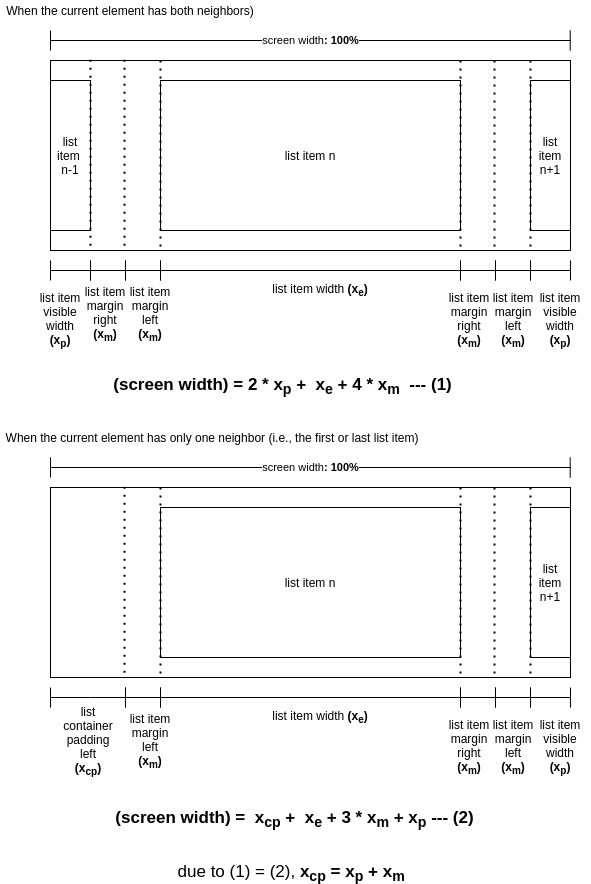
stsiwo/stsDev-article-horizontal-scroll-list keeps this draw.io diagram as list-item-layout-2.png. Above is the earlier version. Source tidied: cells renumbered, new cells last; positions are measured from the earlier drawing's top-left corner, leaving out a move shared by most shapes.
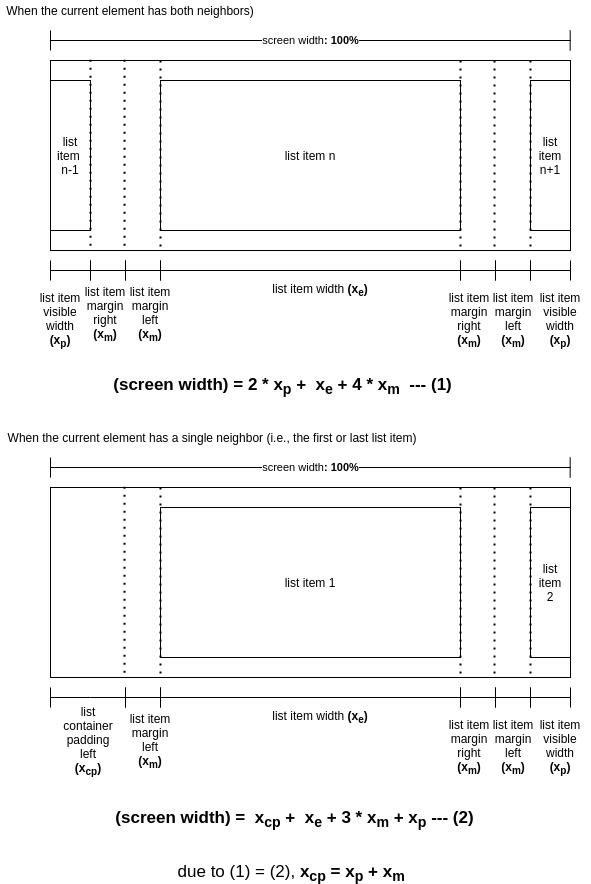
The same file after the commit.

What changed in the source:
```diff
@@ -241,16 +241,16 @@
     <mxCell id="51" value="list item visible width&lt;br&gt;&lt;b&gt;(x&lt;sub&gt;p&lt;/sub&gt;)&lt;/b&gt;" style="text;html=1;strokeColor=none;fillColor=none;align=center;verticalAlign=middle;whiteSpace=wrap;rounded=0;" parent="1" vertex="1">
       <mxGeometry x="530" y="310" width="60" height="20" as="geometry" />
     </mxCell>
-    <mxCell id="52" value="When the current element has only one neighbor (i.e., the first or last list item)" style="text;html=1;strokeColor=none;fillColor=none;align=center;verticalAlign=middle;whiteSpace=wrap;rounded=0;" parent="1" vertex="1">
+    <mxCell id="52" value="When the current element has a single neighbor (i.e., the first or last list item)" style="text;html=1;strokeColor=none;fillColor=none;align=center;verticalAlign=middle;whiteSpace=wrap;rounded=0;" parent="1" vertex="1">
       <mxGeometry y="427" width="424" height="20" as="geometry" />
     </mxCell>
     <mxCell id="53" style="rounded=0;whiteSpace=wrap;html=1;fillColor=none;" parent="1" vertex="1">
       <mxGeometry x="50" y="487" width="520" height="190" as="geometry" />
     </mxCell>
-    <mxCell id="54" value="list item n" style="rounded=0;whiteSpace=wrap;html=1;" parent="1" vertex="1">
+    <mxCell id="54" value="list item 1" style="rounded=0;whiteSpace=wrap;html=1;" parent="1" vertex="1">
       <mxGeometry x="160" y="507" width="300" height="150" as="geometry" />
     </mxCell>
-    <mxCell id="55" value="list item&lt;br&gt;n+1" style="rounded=0;whiteSpace=wrap;html=1;" parent="1" vertex="1">
+    <mxCell id="55" value="list item&lt;br&gt;2" style="rounded=0;whiteSpace=wrap;html=1;" parent="1" vertex="1">
       <mxGeometry x="530" y="507" width="40" height="150" as="geometry" />
     </mxCell>
     <mxCell id="56" style="endArrow=none;dashed=1;html=1;dashPattern=1 3;strokeWidth=2;entryX=0.854;entryY=1.004;entryDx=0;entryDy=0;entryPerimeter=0;" parent="1" edge="1" target="53">
```
